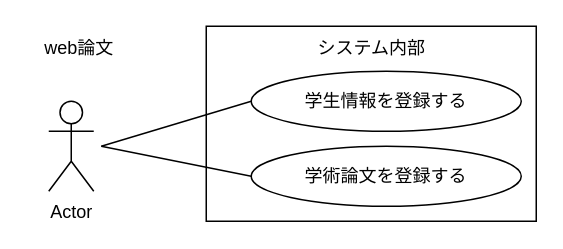
amaneko0608/ohara_uml keeps this draw.io diagram as 05_web_ronbun/usecase.drawio. Above is the earlier version. Source tidied: cells renumbered, new cells numbered last; positions are measured from the earlier drawing's top-left corner, leaving out a move shared by most shapes. Both pictures are drawn from the tidied source at 150%, with x=0, y=0 at pixel (26, 26).
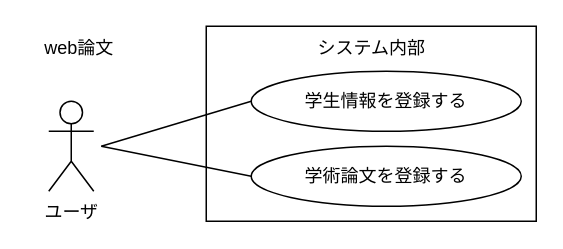
The same page after the edit.

The edit, as a diff of the source:
```diff
@@
 <mxGraphModel>
   <root>
     <mxCell id="0" />
     <mxCell id="1" parent="0" />
     <mxCell id="2" value="web論文" style="text;html=1;align=center;verticalAlign=middle;strokeColor=none;fillColor=none;" parent="1" vertex="1">
       <mxGeometry width="70" height="30" as="geometry" />
     </mxCell>
-    <mxCell id="3" value="Actor" style="shape=umlActor;verticalLabelPosition=bottom;verticalAlign=top;html=1;" parent="1" vertex="1">
+    <mxCell id="3" value="ユーザ" style="shape=umlActor;verticalLabelPosition=bottom;verticalAlign=top;html=1;" parent="1" vertex="1">
       <mxGeometry x="15" y="50" width="30" height="60" as="geometry" />
     </mxCell>
     <mxCell id="4" style="html=1;whiteSpace=wrap;align=center;" parent="1" vertex="1">
       <mxGeometry x="120" width="220" height="130" as="geometry" />
     </mxCell>
     <mxCell id="5" value="システム内部" style="text;html=1;align=center;verticalAlign=middle;strokeColor=none;fillColor=none;" parent="1" vertex="1">
       <mxGeometry x="180" width="100" height="30" as="geometry" />
     </mxCell>
     <mxCell id="6" value="学生情報を登録する" style="ellipse;whiteSpace=wrap;html=1;" parent="1" vertex="1">
       <mxGeometry x="150" y="30" width="180" height="40" as="geometry" />
     </mxCell>
     <mxCell id="7" value="学術論文を登録する" style="ellipse;whiteSpace=wrap;html=1;" parent="1" vertex="1">
       <mxGeometry x="150" y="80" width="180" height="40" as="geometry" />
     </mxCell>
     <mxCell id="8" style="endArrow=none;html=1;rounded=0;entryX=0;entryY=0.5;entryDx=0;entryDy=0;" parent="1" edge="1" target="7">
       <mxGeometry relative="1" as="geometry">
         <mxPoint x="50" y="80" as="sourcePoint" />
       </mxGeometry>
     </mxCell>
     <mxCell id="9" style="endArrow=none;html=1;rounded=0;entryX=0;entryY=0.5;entryDx=0;entryDy=0;" parent="1" edge="1" target="6">
       <mxGeometry relative="1" as="geometry">
         <mxPoint x="50" y="80" as="sourcePoint" />
       </mxGeometry>
     </mxCell>
   </root>
 </mxGraphModel>
```
